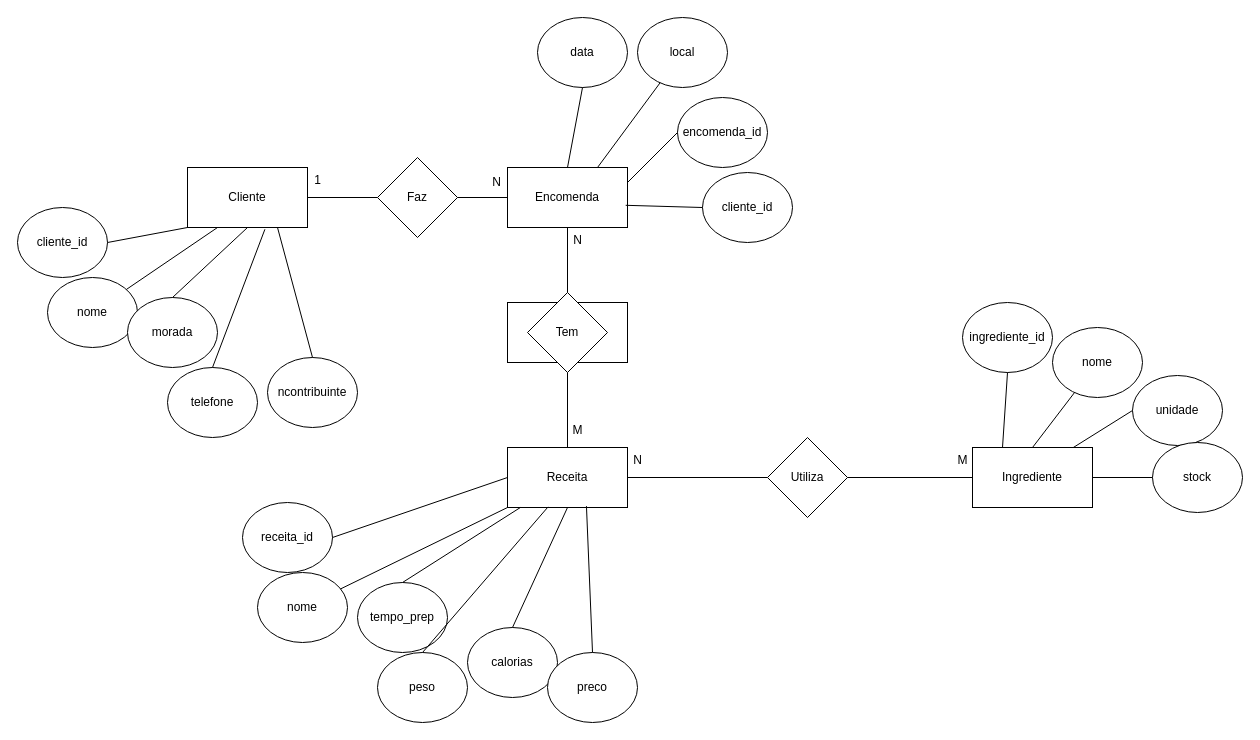
The draw.io diagram page "3. Pastelaria" (3 of 3) of Coletanea_Exercicios_EA.drawio in danielarraiol02/tpsi-sgbd-2065422-25, before the edit. Source tidied: cells renumbered, new cells numbered last; positions are measured from the earlier drawing's top-left corner, leaving out a move shared by most shapes. Both pictures are drawn from the tidied source at 100%, with x=0, y=0 at pixel (17, 17).
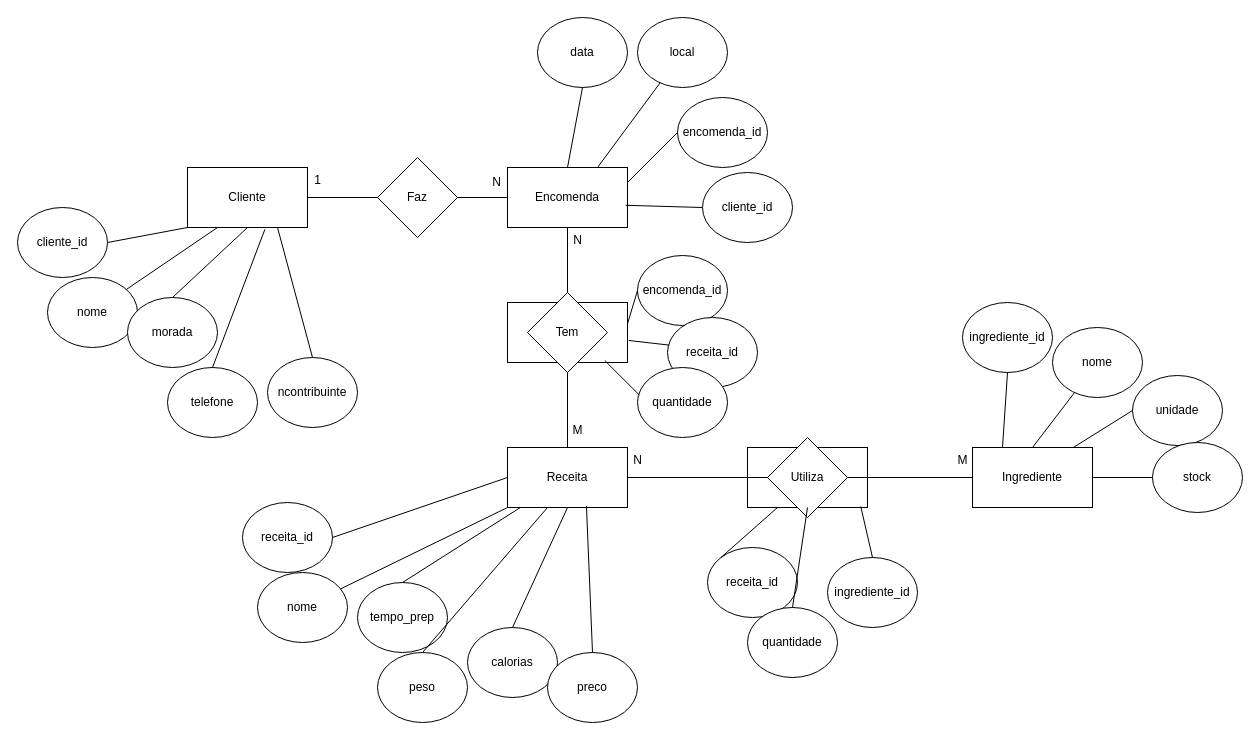
After the change.

The change refers to these unchanged cells:
```xml
<mxCell id="2" style="rounded=0;whiteSpace=wrap;html=1;" parent="1" vertex="1">
  <mxGeometry x="490" y="285" width="120" height="60" as="geometry" />
</mxCell>
```

Diff of the diagram source:
```diff
@@
+    <mxCell id="60" style="rounded=0;whiteSpace=wrap;html=1;" parent="1" vertex="1">
+      <mxGeometry x="730" y="430" width="120" height="60" as="geometry" />
+    </mxCell>
@@
+    <mxCell id="61" value="encomenda_id" style="ellipse;whiteSpace=wrap;html=1;" parent="1" vertex="1">
+      <mxGeometry x="620" y="238" width="90" height="70" as="geometry" />
+    </mxCell>
+    <mxCell id="62" style="endArrow=none;html=1;rounded=0;entryX=0;entryY=0.5;entryDx=0;entryDy=0;exitX=1;exitY=0.356;exitDx=0;exitDy=0;exitPerimeter=0;" parent="1" edge="1" source="2" target="61">
+      <mxGeometry relative="1" as="geometry" />
+    </mxCell>
+    <mxCell id="63" value="receita_id" style="ellipse;whiteSpace=wrap;html=1;" parent="1" vertex="1">
+      <mxGeometry x="650" y="300" width="90" height="70" as="geometry" />
+    </mxCell>
+    <mxCell id="64" style="endArrow=none;html=1;rounded=0;entryX=0.022;entryY=0.395;entryDx=0;entryDy=0;entryPerimeter=0;exitX=1.011;exitY=0.633;exitDx=0;exitDy=0;exitPerimeter=0;" parent="1" edge="1" source="2" target="63">
+      <mxGeometry relative="1" as="geometry" />
+    </mxCell>
+    <mxCell id="65" value="quantidade" style="ellipse;whiteSpace=wrap;html=1;" parent="1" vertex="1">
+      <mxGeometry x="620" y="350" width="90" height="70" as="geometry" />
+    </mxCell>
+    <mxCell id="66" style="endArrow=none;html=1;rounded=0;entryX=0.022;entryY=0.395;entryDx=0;entryDy=0;entryPerimeter=0;exitX=0.811;exitY=0.967;exitDx=0;exitDy=0;exitPerimeter=0;" parent="1" edge="1" source="2" target="65">
+      <mxGeometry relative="1" as="geometry" />
+    </mxCell>
+    <mxCell id="67" value="ingrediente_id" style="ellipse;whiteSpace=wrap;html=1;" parent="1" vertex="1">
+      <mxGeometry x="810" y="540" width="90" height="70" as="geometry" />
+    </mxCell>
+    <mxCell id="68" value="receita_id" style="ellipse;whiteSpace=wrap;html=1;" parent="1" vertex="1">
+      <mxGeometry x="690" y="530" width="90" height="70" as="geometry" />
+    </mxCell>
+    <mxCell id="69" value="quantidade" style="ellipse;whiteSpace=wrap;html=1;" parent="1" vertex="1">
+      <mxGeometry x="730" y="590" width="90" height="70" as="geometry" />
+    </mxCell>
+    <mxCell id="70" style="endArrow=none;html=1;rounded=0;entryX=0.25;entryY=1;entryDx=0;entryDy=0;exitX=0;exitY=0;exitDx=0;exitDy=0;" parent="1" edge="1" source="68" target="60">
+      <mxGeometry relative="1" as="geometry" />
+    </mxCell>
+    <mxCell id="71" style="endArrow=none;html=1;rounded=0;entryX=0.5;entryY=1;entryDx=0;entryDy=0;exitX=0.5;exitY=0;exitDx=0;exitDy=0;" parent="1" edge="1" source="69" target="60">
+      <mxGeometry relative="1" as="geometry" />
+    </mxCell>
+    <mxCell id="72" style="endArrow=none;html=1;rounded=0;entryX=0.944;entryY=0.985;entryDx=0;entryDy=0;entryPerimeter=0;exitX=0.5;exitY=0;exitDx=0;exitDy=0;" parent="1" edge="1" source="67" target="60">
+      <mxGeometry relative="1" as="geometry" />
+    </mxCell>
```
